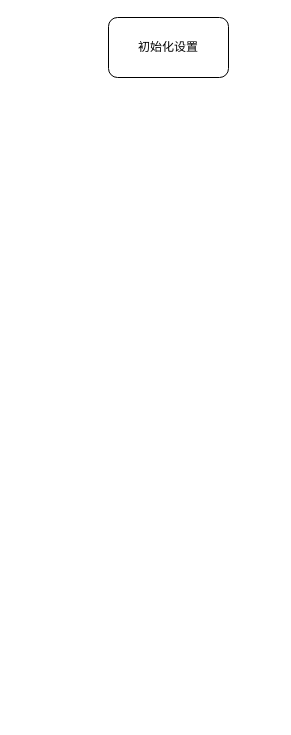
2263464120/2263464120 keeps this draw.io diagram as Untitled Diagram.drawio. Above is the earlier version. Source tidied: cells renumbered, new cells numbered last; positions are measured from the earlier drawing's top-left corner, leaving out a move shared by most shapes. Both pictures are drawn from the tidied source at 100%, with x=0, y=0 at pixel (108, 17).
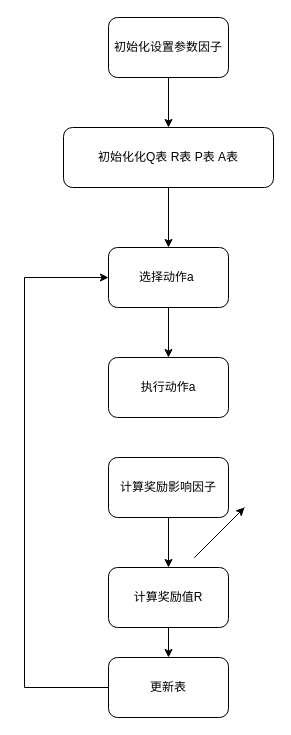
The same page after the edit.

Change to the diagram source:
```diff
@@
+    <mxCell id="3" style="edgeStyle=orthogonalEdgeStyle;rounded=0;jettySize=auto;html=1;exitX=0.5;exitY=1;exitDx=0;exitDy=0;" parent="1" edge="1" source="2" target="5">
+      <mxGeometry relative="1" as="geometry" />
+    </mxCell>
-    <mxCell id="2" value="初始化设置" style="rounded=1;whiteSpace=wrap;html=1;" parent="1" vertex="1">
+    <mxCell id="2" value="初始化设置参数因子" style="rounded=1;whiteSpace=wrap;html=1;" parent="1" vertex="1">
       <mxGeometry width="120" height="60" as="geometry" />
     </mxCell>
+    <mxCell id="4" style="edgeStyle=orthogonalEdgeStyle;rounded=0;jettySize=auto;html=1;exitX=0.5;exitY=1;exitDx=0;exitDy=0;" parent="1" edge="1" source="5" target="7">
+      <mxGeometry relative="1" as="geometry" />
+    </mxCell>
+    <mxCell id="5" value="初始化化Q表 R表 P表 A表" style="rounded=1;whiteSpace=wrap;html=1;" parent="1" vertex="1">
+      <mxGeometry x="-45" y="110" width="210" height="60" as="geometry" />
+    </mxCell>
+    <mxCell id="6" style="edgeStyle=orthogonalEdgeStyle;rounded=0;jettySize=auto;html=1;exitX=0.5;exitY=1;exitDx=0;exitDy=0;entryX=0.5;entryY=0;entryDx=0;entryDy=0;" parent="1" edge="1" source="7" target="8">
+      <mxGeometry relative="1" as="geometry" />
+    </mxCell>
+    <mxCell id="7" value="选择动作a&amp;nbsp;" style="rounded=1;whiteSpace=wrap;html=1;" parent="1" vertex="1">
+      <mxGeometry y="230" width="120" height="60" as="geometry" />
+    </mxCell>
+    <mxCell id="8" value="执行动作a" style="rounded=1;whiteSpace=wrap;html=1;" parent="1" vertex="1">
+      <mxGeometry y="340" width="120" height="60" as="geometry" />
+    </mxCell>
+    <mxCell id="9" style="edgeStyle=orthogonalEdgeStyle;rounded=0;jettySize=auto;html=1;exitX=0.5;exitY=1;exitDx=0;exitDy=0;" parent="1" edge="1" source="10" target="12">
+      <mxGeometry relative="1" as="geometry" />
+    </mxCell>
+    <mxCell id="10" value="计算奖励影响因子" style="rounded=1;whiteSpace=wrap;html=1;" parent="1" vertex="1">
+      <mxGeometry y="440" width="120" height="60" as="geometry" />
+    </mxCell>
+    <mxCell id="11" style="edgeStyle=orthogonalEdgeStyle;rounded=0;jettySize=auto;html=1;exitX=0.5;exitY=1;exitDx=0;exitDy=0;" parent="1" edge="1" source="12" target="14">
+      <mxGeometry relative="1" as="geometry" />
+    </mxCell>
+    <mxCell id="12" value="计算奖励值R" style="rounded=1;whiteSpace=wrap;html=1;" parent="1" vertex="1">
+      <mxGeometry y="550" width="120" height="60" as="geometry" />
+    </mxCell>
+    <mxCell id="13" style="edgeStyle=orthogonalEdgeStyle;rounded=0;jettySize=auto;html=1;exitX=0;exitY=0.5;exitDx=0;exitDy=0;entryX=0;entryY=0.5;entryDx=0;entryDy=0;" parent="1" edge="1" source="14" target="7">
+      <mxGeometry relative="1" as="geometry">
+        <Array as="points">
+          <mxPoint x="-84" y="670" />
+          <mxPoint x="-84" y="260" />
+        </Array>
+      </mxGeometry>
+    </mxCell>
+    <mxCell id="14" value="更新表" style="rounded=1;whiteSpace=wrap;html=1;" parent="1" vertex="1">
+      <mxGeometry y="640" width="120" height="60" as="geometry" />
+    </mxCell>
+    <mxCell id="15" style="endArrow=none;html=1;rounded=0;" parent="1" edge="1">
+      <mxGeometry relative="1" as="geometry">
+        <mxPoint x="86" y="540" as="sourcePoint" />
+        <mxPoint x="136" y="490" as="targetPoint" />
+      </mxGeometry>
+    </mxCell>
+    <mxCell id="16" style="endArrow=classic;html=1;rounded=0;" parent="1" edge="1">
+      <mxGeometry relative="1" as="geometry">
+        <mxPoint x="86" y="540" as="sourcePoint" />
+        <mxPoint x="136" y="490" as="targetPoint" />
+      </mxGeometry>
+    </mxCell>
```
